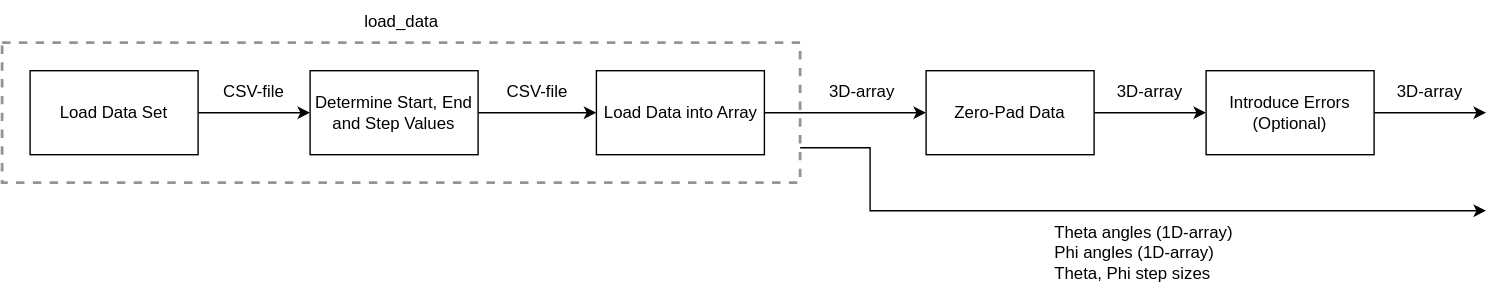
This is Figures/systemDesign/preProcessing/PreProcessing.svg from Mikkelnn/ESD5-Project, a draw.io export, as it was before one commit. Source tidied: cells renumbered, new cells last; positions are measured from the earlier drawing's top-left corner, leaving out a move shared by most shapes. The source it was exported from:
```xml
<mxGraphModel>
  <root>
    <mxCell id="0" />
    <mxCell id="1" parent="0" />
    <mxCell id="2" style="rounded=0;whiteSpace=wrap;html=1;dashed=1;strokeWidth=2;strokeColor=#949494;" parent="1" vertex="1">
      <mxGeometry y="30" width="570" height="100" as="geometry" />
    </mxCell>
    <mxCell id="3" style="edgeStyle=orthogonalEdgeStyle;rounded=0;jettySize=auto;html=1;" parent="1" edge="1" source="4" target="6">
      <mxGeometry relative="1" as="geometry" />
    </mxCell>
    <mxCell id="4" value="Load Data Set" style="rounded=0;whiteSpace=wrap;html=1;" parent="1" vertex="1">
      <mxGeometry x="20" y="50" width="120" height="60" as="geometry" />
    </mxCell>
    <mxCell id="5" style="edgeStyle=orthogonalEdgeStyle;rounded=0;jettySize=auto;html=1;" parent="1" edge="1" source="6" target="8">
      <mxGeometry relative="1" as="geometry" />
    </mxCell>
    <mxCell id="6" value="Determine Start, End and Step Values" style="rounded=0;whiteSpace=wrap;html=1;" parent="1" vertex="1">
      <mxGeometry x="220" y="50" width="120" height="60" as="geometry" />
    </mxCell>
    <mxCell id="7" style="edgeStyle=orthogonalEdgeStyle;rounded=0;jettySize=auto;html=1;exitX=1;exitY=0.5;exitDx=0;exitDy=0;" parent="1" edge="1" source="8">
      <mxGeometry relative="1" as="geometry">
        <mxPoint x="660" y="80" as="targetPoint" />
      </mxGeometry>
    </mxCell>
    <mxCell id="8" value="Load Data into Array" style="rounded=0;whiteSpace=wrap;html=1;" parent="1" vertex="1">
      <mxGeometry x="424.5" y="50" width="120" height="60" as="geometry" />
    </mxCell>
    <mxCell id="9" style="edgeStyle=orthogonalEdgeStyle;rounded=0;jettySize=auto;html=1;" parent="1" edge="1" source="10">
      <mxGeometry relative="1" as="geometry">
        <mxPoint x="1060" y="80" as="targetPoint" />
      </mxGeometry>
    </mxCell>
    <mxCell id="10" value="Introduce Errors&lt;br&gt;(Optional)" style="rounded=0;whiteSpace=wrap;html=1;" parent="1" vertex="1">
      <mxGeometry x="860" y="50" width="120" height="60" as="geometry" />
    </mxCell>
    <mxCell id="11" value="CSV-file" style="text;html=1;align=center;verticalAlign=middle;whiteSpace=wrap;rounded=0;" parent="1" vertex="1">
      <mxGeometry x="140" y="50" width="80" height="30" as="geometry" />
    </mxCell>
    <mxCell id="12" value="CSV-file" style="text;html=1;align=center;verticalAlign=middle;whiteSpace=wrap;rounded=0;" parent="1" vertex="1">
      <mxGeometry x="340" y="50" width="85" height="30" as="geometry" />
    </mxCell>
    <mxCell id="13" value="3D-array" style="text;html=1;align=center;verticalAlign=middle;whiteSpace=wrap;rounded=0;" parent="1" vertex="1">
      <mxGeometry x="570" y="50" width="89" height="30" as="geometry" />
    </mxCell>
    <mxCell id="14" value="3D-array" style="text;html=1;align=center;verticalAlign=middle;whiteSpace=wrap;rounded=0;" parent="1" vertex="1">
      <mxGeometry x="980" y="50" width="80" height="30" as="geometry" />
    </mxCell>
    <mxCell id="15" value="Zero-Pad Data" style="rounded=0;whiteSpace=wrap;html=1;" parent="1" vertex="1">
      <mxGeometry x="660" y="50" width="120" height="60" as="geometry" />
    </mxCell>
    <mxCell id="16" style="edgeStyle=orthogonalEdgeStyle;rounded=0;jettySize=auto;html=1;exitX=1;exitY=0.5;exitDx=0;exitDy=0;entryX=0;entryY=0.5;entryDx=0;entryDy=0;" parent="1" edge="1" source="15" target="10">
      <mxGeometry relative="1" as="geometry" />
    </mxCell>
    <mxCell id="17" value="3D-array" style="text;html=1;align=center;verticalAlign=middle;whiteSpace=wrap;rounded=0;" parent="1" vertex="1">
      <mxGeometry x="780" y="50" width="80" height="30" as="geometry" />
    </mxCell>
    <mxCell id="18" value="load_data" style="text;html=1;align=center;verticalAlign=middle;strokeColor=none;fillColor=none;" parent="1" vertex="1">
      <mxGeometry x="245" width="80" height="30" as="geometry" />
    </mxCell>
    <mxCell id="19" style="endArrow=classic;html=1;rounded=0;exitX=1;exitY=0.75;exitDx=0;exitDy=0;" parent="1" edge="1" source="2">
      <mxGeometry relative="1" as="geometry">
        <mxPoint x="1060" y="150" as="targetPoint" />
        <Array as="points">
          <mxPoint x="620" y="105" />
          <mxPoint x="620" y="150" />
        </Array>
      </mxGeometry>
    </mxCell>
    <mxCell id="20" value="Theta angles (1D-array)&lt;br&gt;&lt;div style=&quot;&quot;&gt;&lt;span style=&quot;background-color: initial;&quot;&gt;Phi angles (1D-array)&lt;/span&gt;&lt;span style=&quot;background-color: initial;&quot;&gt;&amp;nbsp;&lt;br&gt;&lt;/span&gt;Theta, Phi&amp;nbsp;&lt;span style=&quot;background-color: initial;&quot;&gt;step sizes&lt;/span&gt;&lt;/div&gt;" style="text;html=1;align=left;verticalAlign=middle;whiteSpace=wrap;rounded=0;" parent="1" vertex="1">
      <mxGeometry x="750" y="150" width="140" height="60" as="geometry" />
    </mxCell>
  </root>
</mxGraphModel>
```
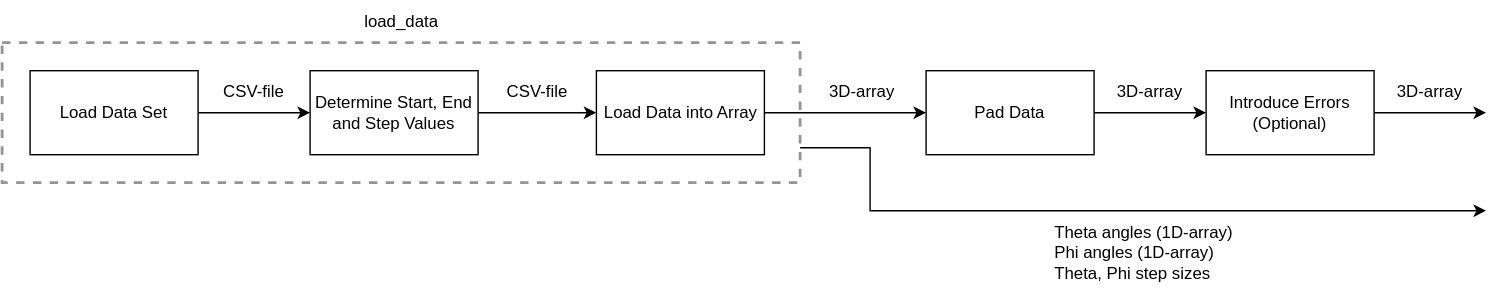
The same diagram one commit later.

Commit message:
Changed zero-pad data to pad data in preprocessing svg

What changed in the source:
```diff
@@ -45,7 +45,7 @@
     <mxCell id="14" value="3D-array" style="text;html=1;align=center;verticalAlign=middle;whiteSpace=wrap;rounded=0;" parent="1" vertex="1">
       <mxGeometry x="980" y="50" width="80" height="30" as="geometry" />
     </mxCell>
-    <mxCell id="15" value="Zero-Pad Data" style="rounded=0;whiteSpace=wrap;html=1;" parent="1" vertex="1">
+    <mxCell id="15" value="Pad Data" style="rounded=0;whiteSpace=wrap;html=1;" parent="1" vertex="1">
       <mxGeometry x="660" y="50" width="120" height="60" as="geometry" />
     </mxCell>
     <mxCell id="16" style="edgeStyle=orthogonalEdgeStyle;rounded=0;jettySize=auto;html=1;exitX=1;exitY=0.5;exitDx=0;exitDy=0;entryX=0;entryY=0.5;entryDx=0;entryDy=0;" parent="1" edge="1" source="15" target="10">
```
